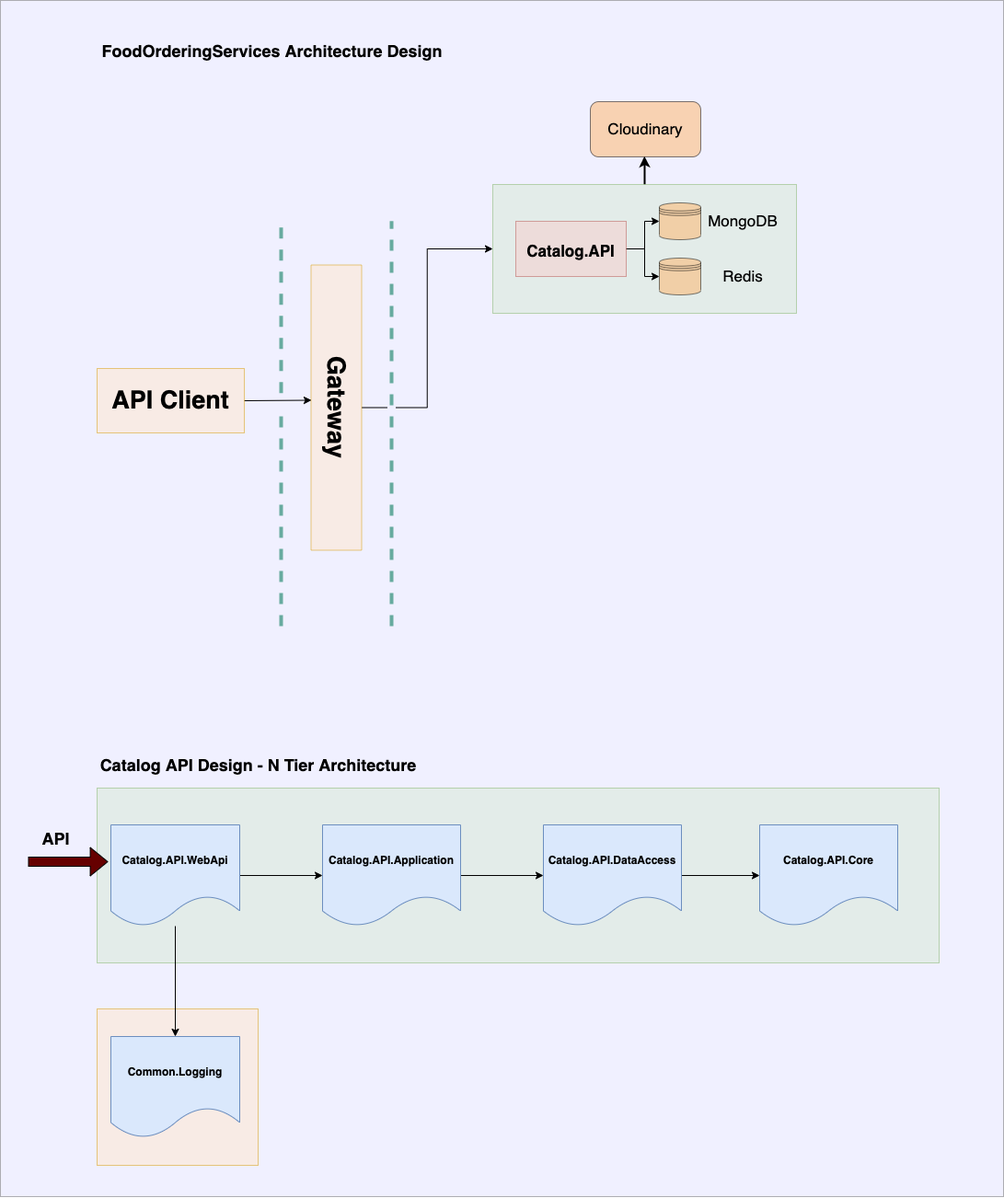
Earlier version of the draw.io export SAD.png (bm1905/FoodOrderingServices). Source tidied: cells renumbered, new cells last; positions are measured from the earlier drawing's top-left corner, leaving out a move shared by most shapes.
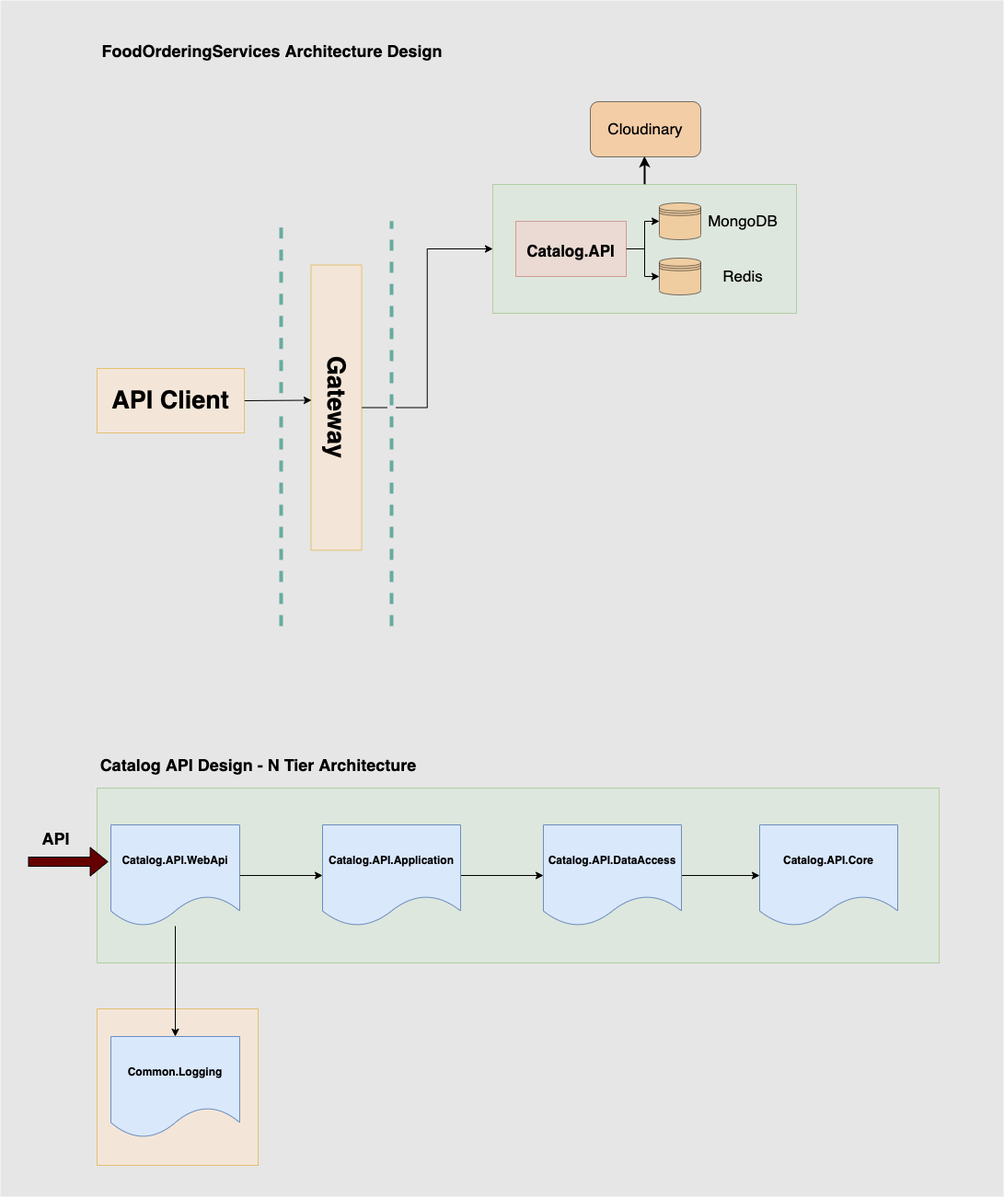
After the commit.

Diff of the diagram source:
```diff
@@ -2,7 +2,7 @@
   <root>
     <mxCell id="0" />
     <mxCell id="1" parent="0" />
-    <mxCell id="2" style="rounded=0;whiteSpace=wrap;html=1;fillColor=#CCCCFF;opacity=30;" parent="1" vertex="1">
+    <mxCell id="2" style="rounded=0;whiteSpace=wrap;html=1;fillColor=#E6E6E6;strokeColor=none;" parent="1" vertex="1">
       <mxGeometry width="1090" height="1300" as="geometry" />
     </mxCell>
     <mxCell id="3" style="rounded=0;whiteSpace=wrap;html=1;fillColor=#ffe6cc;strokeColor=#d79b00;opacity=50;" parent="1" vertex="1">
```
